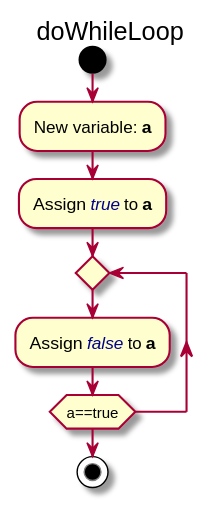
The PlantUML diagram Java-documentator/Documentation/images/Method_doWhileLoop_diagram.svg in afmoyar/Java-Documentator, before a commit. Its diagram source:
```plantuml
@startuml
title doWhileLoop
start
:New variable: <b>a</b>;
:Assign <color:darkblue><i>true</i></color> to <b>a</b>;
repeat
:Assign <color:darkblue><i>false</i></color> to <b>a</b>;
repeat while (a==true)
stop
@enduml
```
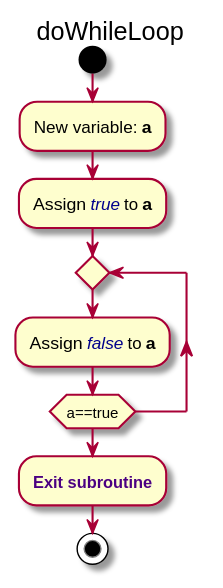
Above is the later version.

Diff of the diagram source:
```diff
@@ -6,5 +6,6 @@
 repeat
 :Assign <color:darkblue><i>false</i></color> to <b>a</b>;
 repeat while (a==true)
+:<color:INDIGO><b>Exit subroutine</b></color>;
 stop
 @enduml
```
